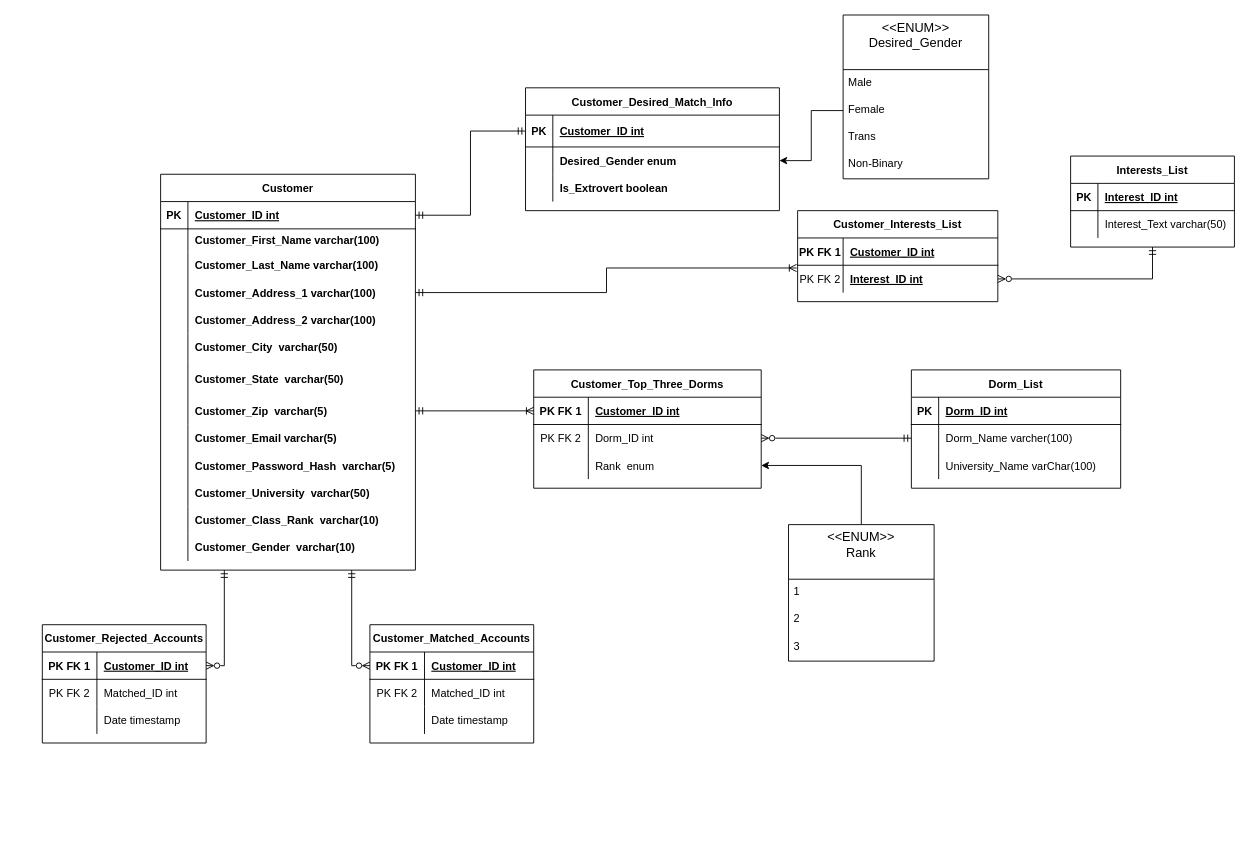
zhowez/ecomerce keeps this draw.io diagram as Planning docs/AccountDatabaseDiagram.drawio. Above is the earlier version. Source tidied: cells renumbered, new cells numbered last; positions are measured from the earlier drawing's top-left corner, leaving out a move shared by most shapes. Both pictures are drawn from the tidied source at 91%, with x=0, y=0 at pixel (42, 15).
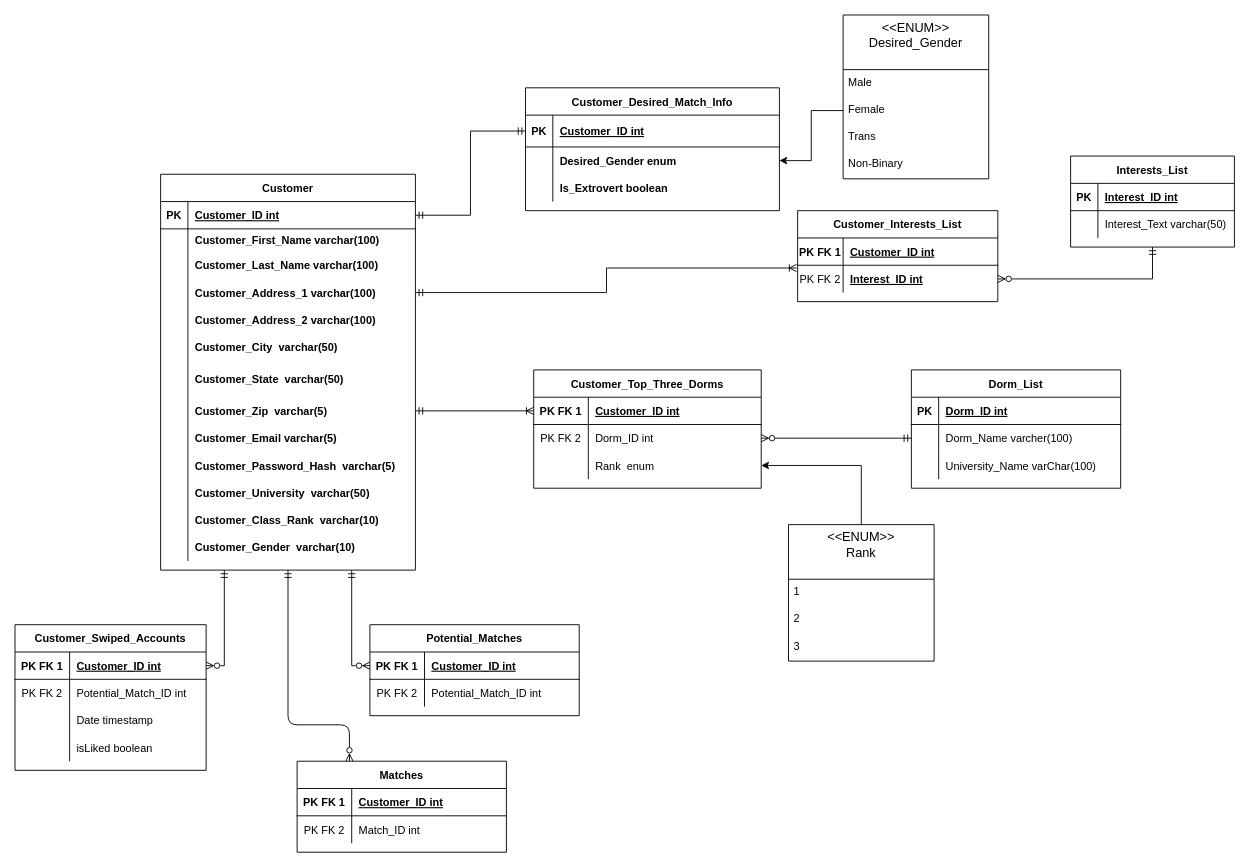
The same diagram, later.

Commit message:
updated database design

Unchanged cells that the change refers to:
```xml
<mxCell id="3" value="Customer" style="shape=table;startSize=30;childLayout=tableLayout;rowLines=0;fontStyle=1;align=center;" parent="1" vertex="1">
  <mxGeometry x="130" y="175" width="280" height="435" as="geometry" />
</mxCell>
```

What changed in the source:
```diff
@@
+    <mxCell id="124" style="edgeStyle=orthogonalEdgeStyle;html=1;exitX=0.5;exitY=1;exitDx=0;exitDy=0;entryX=0.25;entryY=0;entryDx=0;entryDy=0;endArrow=ERzeroToMany;endFill=0;startArrow=ERmandOne;startFill=0;" parent="1" edge="1" source="3" target="127">
+      <mxGeometry relative="1" as="geometry">
+        <Array as="points">
+          <mxPoint x="270" y="780" />
+          <mxPoint x="338" y="780" />
+        </Array>
+      </mxGeometry>
+    </mxCell>
@@
-    <mxCell id="53" value="Customer_Matched_Accounts" style="shape=table;startSize=30;childLayout=tableLayout;rowLines=0;fontStyle=1;align=center;" parent="1" vertex="1">
-      <mxGeometry x="360" y="670" width="180" height="130" as="geometry" />
+    <mxCell id="53" value="Potential_Matches" style="shape=table;startSize=30;childLayout=tableLayout;rowLines=0;fontStyle=1;align=center;" parent="1" vertex="1">
+      <mxGeometry x="360" y="670" width="230" height="100" as="geometry" />
     </mxCell>
     <mxCell id="54" style="shape=tableRow;horizontal=0;startSize=0;swimlaneHead=0;swimlaneBody=0;fillColor=none;points=[[0,0.5],[1,0.5]];portConstraint=eastwest;top=0;left=0;right=0;bottom=1;" parent="53" vertex="1">
-      <mxGeometry y="30" width="180" height="30" as="geometry" />
+      <mxGeometry y="30" width="230" height="30" as="geometry" />
     </mxCell>
@@
     <mxCell id="56" value="Customer_ID int" style="shape=partialRectangle;fillColor=none;top=0;left=0;bottom=0;right=0;align=left;spacingLeft=6;fontStyle=5;overflow=hidden;" parent="54" vertex="1">
-      <mxGeometry x="60" width="120" height="30" as="geometry" />
+      <mxGeometry x="60" width="170" height="30" as="geometry" />
     </mxCell>
     <mxCell id="57" style="shape=tableRow;horizontal=0;startSize=0;swimlaneHead=0;swimlaneBody=0;fillColor=none;top=0;left=0;right=0;bottom=0;" parent="53" vertex="1">
-      <mxGeometry y="60" width="180" height="30" as="geometry" />
+      <mxGeometry y="60" width="230" height="30" as="geometry" />
     </mxCell>
@@
-    <mxCell id="59" value="Matched_ID int" style="shape=partialRectangle;fillColor=none;top=0;left=0;bottom=0;right=0;align=left;spacingLeft=6;overflow=hidden;" parent="57" vertex="1">
-      <mxGeometry x="60" width="120" height="30" as="geometry" />
+    <mxCell id="59" value="Potential_Match_ID int" style="shape=partialRectangle;fillColor=none;top=0;left=0;bottom=0;right=0;align=left;spacingLeft=6;overflow=hidden;" parent="57" vertex="1">
+      <mxGeometry x="60" width="170" height="30" as="geometry" />
     </mxCell>
-    <mxCell id="60" style="shape=tableRow;horizontal=0;startSize=0;swimlaneHead=0;swimlaneBody=0;fillColor=none;top=0;left=0;right=0;bottom=0;" parent="53" vertex="1">
-      <mxGeometry y="90" width="180" height="30" as="geometry" />
-    </mxCell>
-    <mxCell id="61" style="shape=partialRectangle;fillColor=none;top=0;left=0;bottom=0;right=0;overflow=hidden;" parent="60" vertex="1">
-      <mxGeometry width="60" height="30" as="geometry" />
-    </mxCell>
-    <mxCell id="62" value="Date timestamp" style="shape=partialRectangle;fillColor=none;top=0;left=0;bottom=0;right=0;align=left;spacingLeft=6;overflow=hidden;" parent="60" vertex="1">
-      <mxGeometry x="60" width="120" height="30" as="geometry" />
-    </mxCell>
-    <mxCell id="63" value="Customer_Rejected_Accounts" style="shape=table;startSize=30;childLayout=tableLayout;rowLines=0;fontStyle=1;align=center;" parent="1" vertex="1">
-      <mxGeometry y="670" width="180" height="130" as="geometry" />
+    <mxCell id="63" value="Customer_Swiped_Accounts" style="shape=table;startSize=30;childLayout=tableLayout;rowLines=0;fontStyle=1;align=center;" parent="1" vertex="1">
+      <mxGeometry x="-30" y="670" width="210" height="160" as="geometry" />
     </mxCell>
     <mxCell id="64" style="shape=tableRow;horizontal=0;startSize=0;swimlaneHead=0;swimlaneBody=0;fillColor=none;points=[[0,0.5],[1,0.5]];portConstraint=eastwest;top=0;left=0;right=0;bottom=1;" parent="63" vertex="1">
-      <mxGeometry y="30" width="180" height="30" as="geometry" />
+      <mxGeometry y="30" width="210" height="30" as="geometry" />
     </mxCell>
@@
     <mxCell id="66" value="Customer_ID int" style="shape=partialRectangle;fillColor=none;top=0;left=0;bottom=0;right=0;align=left;spacingLeft=6;fontStyle=5;overflow=hidden;" parent="64" vertex="1">
-      <mxGeometry x="60" width="120" height="30" as="geometry" />
+      <mxGeometry x="60" width="150" height="30" as="geometry" />
     </mxCell>
     <mxCell id="67" style="shape=tableRow;horizontal=0;startSize=0;swimlaneHead=0;swimlaneBody=0;fillColor=none;top=0;left=0;right=0;bottom=0;" parent="63" vertex="1">
-      <mxGeometry y="60" width="180" height="30" as="geometry" />
+      <mxGeometry y="60" width="210" height="30" as="geometry" />
     </mxCell>
@@
-    <mxCell id="69" value="Matched_ID int" style="shape=partialRectangle;fillColor=none;top=0;left=0;bottom=0;right=0;align=left;spacingLeft=6;overflow=hidden;" parent="67" vertex="1">
-      <mxGeometry x="60" width="120" height="30" as="geometry" />
+    <mxCell id="69" value="Potential_Match_ID int" style="shape=partialRectangle;fillColor=none;top=0;left=0;bottom=0;right=0;align=left;spacingLeft=6;overflow=hidden;" parent="67" vertex="1">
+      <mxGeometry x="60" width="150" height="30" as="geometry" />
     </mxCell>
     <mxCell id="70" style="shape=tableRow;horizontal=0;startSize=0;swimlaneHead=0;swimlaneBody=0;fillColor=none;top=0;left=0;right=0;bottom=0;" parent="63" vertex="1">
-      <mxGeometry y="90" width="180" height="30" as="geometry" />
+      <mxGeometry y="90" width="210" height="30" as="geometry" />
     </mxCell>
@@
     <mxCell id="72" value="Date timestamp" style="shape=partialRectangle;fillColor=none;top=0;left=0;bottom=0;right=0;align=left;spacingLeft=6;overflow=hidden;" parent="70" vertex="1">
-      <mxGeometry x="60" width="120" height="30" as="geometry" />
+      <mxGeometry x="60" width="150" height="30" as="geometry" />
     </mxCell>
+    <mxCell id="125" style="shape=tableRow;horizontal=0;startSize=0;swimlaneHead=0;swimlaneBody=0;fillColor=none;top=0;left=0;right=0;bottom=0;" parent="63" vertex="1">
+      <mxGeometry y="120" width="210" height="30" as="geometry" />
+    </mxCell>
+    <mxCell id="61" style="shape=partialRectangle;fillColor=none;top=0;left=0;bottom=0;right=0;overflow=hidden;" parent="125" vertex="1">
+      <mxGeometry width="60" height="30" as="geometry" />
+    </mxCell>
+    <mxCell id="126" value="isLiked boolean" style="shape=partialRectangle;fillColor=none;top=0;left=0;bottom=0;right=0;align=left;spacingLeft=6;overflow=hidden;" parent="125" vertex="1">
+      <mxGeometry x="60" width="150" height="30" as="geometry" />
+    </mxCell>
@@
+    <mxCell id="127" value="Matches" style="shape=table;startSize=30;childLayout=tableLayout;rowLines=0;fontStyle=1;align=center;" parent="1" vertex="1">
+      <mxGeometry x="280" y="820" width="230" height="100" as="geometry" />
+    </mxCell>
+    <mxCell id="128" style="shape=tableRow;horizontal=0;startSize=0;swimlaneHead=0;swimlaneBody=0;fillColor=none;top=0;left=0;right=0;bottom=1;" parent="127" vertex="1">
+      <mxGeometry y="30" width="230" height="30" as="geometry" />
+    </mxCell>
+    <mxCell id="129" value="PK FK 1" style="shape=partialRectangle;fillColor=none;top=0;left=0;bottom=0;right=0;fontStyle=1;overflow=hidden;" parent="128" vertex="1">
+      <mxGeometry width="60" height="30" as="geometry" />
+    </mxCell>
+    <mxCell id="130" value="Customer_ID int" style="shape=partialRectangle;fillColor=none;top=0;left=0;bottom=0;right=0;align=left;spacingLeft=6;fontStyle=5;overflow=hidden;" parent="128" vertex="1">
+      <mxGeometry x="60" width="170" height="30" as="geometry" />
+    </mxCell>
+    <mxCell id="131" style="shape=tableRow;horizontal=0;startSize=0;swimlaneHead=0;swimlaneBody=0;fillColor=none;top=0;left=0;right=0;bottom=0;" parent="127" vertex="1">
+      <mxGeometry y="60" width="230" height="30" as="geometry" />
+    </mxCell>
+    <mxCell id="132" value="PK FK 2" style="shape=partialRectangle;fillColor=none;top=0;left=0;bottom=0;right=0;overflow=hidden;" parent="131" vertex="1">
+      <mxGeometry width="60" height="30" as="geometry" />
+    </mxCell>
+    <mxCell id="133" value="Match_ID int" style="shape=partialRectangle;fillColor=none;top=0;left=0;bottom=0;right=0;align=left;spacingLeft=6;overflow=hidden;" parent="131" vertex="1">
+      <mxGeometry x="60" width="170" height="30" as="geometry" />
+    </mxCell>
```
